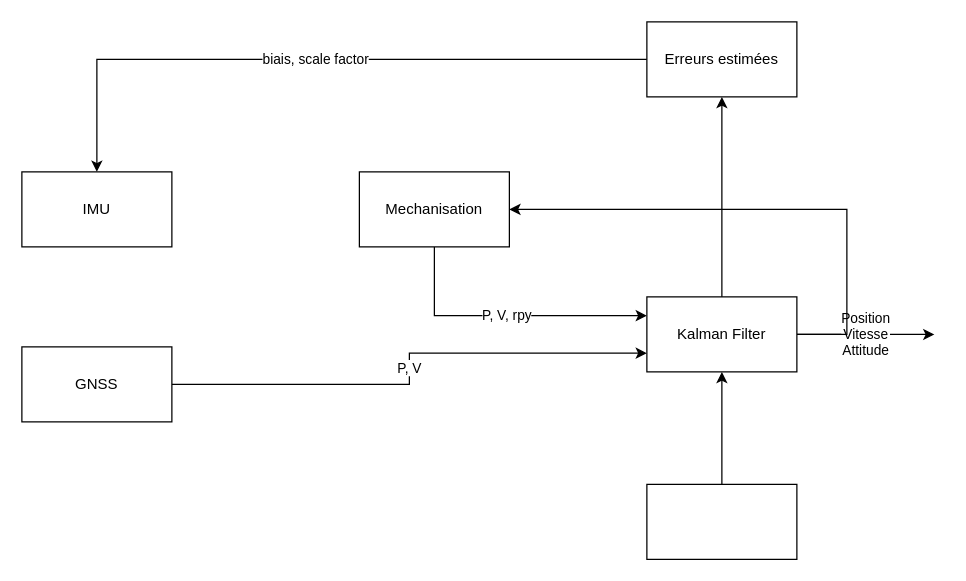
The draw.io diagram KFs_Geo.drawio in Kaloum2/KFs, before the edit. Source tidied: cells renumbered, new cells numbered last; positions are measured from the earlier drawing's top-left corner, leaving out a move shared by most shapes. Both pictures are drawn from the tidied source at 125%, with x=0, y=0 at pixel (21, 21).
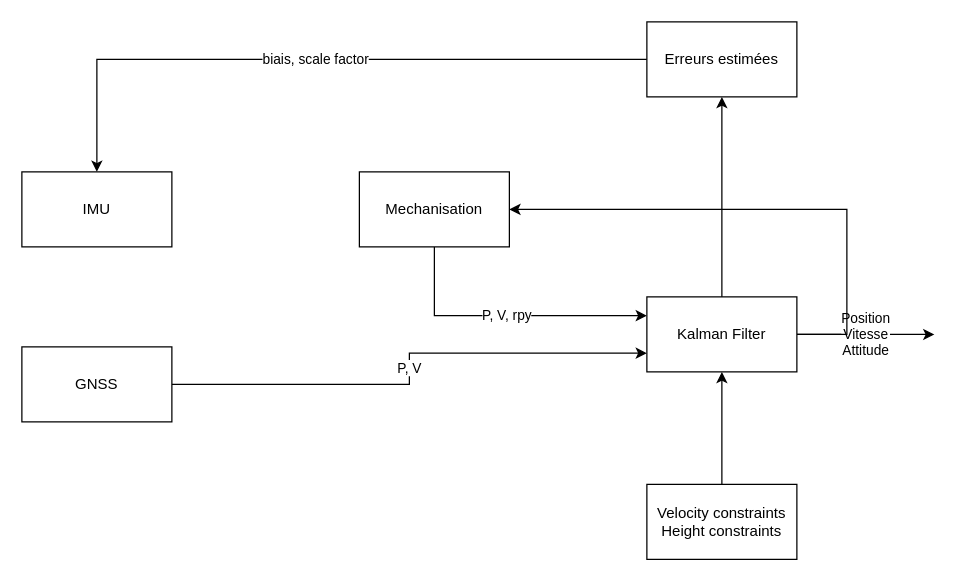
The same page after the edit.

Commit message (it also covers changes not shown here):
Mettre à jour KFs_Geo.drawio

What changed in the source:
```diff
@@
 <mxGraphModel>
   <root>
     <mxCell id="0" />
     <mxCell id="1" parent="0" />
     <mxCell id="2" value="IMU" style="rounded=0;whiteSpace=wrap;html=1;" parent="1" vertex="1">
       <mxGeometry y="120" width="120" height="60" as="geometry" />
     </mxCell>
     <mxCell id="3" value="P, V" style="edgeStyle=orthogonalEdgeStyle;rounded=0;jettySize=auto;html=1;exitX=1;exitY=0.5;exitDx=0;exitDy=0;entryX=0;entryY=0.75;entryDx=0;entryDy=0;" parent="1" edge="1" source="4" target="12">
       <mxGeometry relative="1" as="geometry" />
     </mxCell>
     <mxCell id="4" value="GNSS" style="rounded=0;whiteSpace=wrap;html=1;" parent="1" vertex="1">
       <mxGeometry y="260" width="120" height="60" as="geometry" />
     </mxCell>
     <mxCell id="5" value="biais, scale factor" style="edgeStyle=orthogonalEdgeStyle;rounded=0;jettySize=auto;html=1;exitX=0;exitY=0.5;exitDx=0;exitDy=0;entryX=0.5;entryY=0;entryDx=0;entryDy=0;" parent="1" edge="1" source="6" target="2">
       <mxGeometry relative="1" as="geometry" />
     </mxCell>
     <mxCell id="6" value="Erreurs estimées" style="rounded=0;whiteSpace=wrap;html=1;" parent="1" vertex="1">
       <mxGeometry x="500" width="120" height="60" as="geometry" />
     </mxCell>
     <mxCell id="7" value="P, V, rpy" style="edgeStyle=orthogonalEdgeStyle;rounded=0;jettySize=auto;html=1;exitX=0.5;exitY=1;exitDx=0;exitDy=0;entryX=0;entryY=0.25;entryDx=0;entryDy=0;" parent="1" edge="1" source="8" target="12">
       <mxGeometry relative="1" as="geometry" />
     </mxCell>
     <mxCell id="8" value="Mechanisation" style="rounded=0;whiteSpace=wrap;html=1;" parent="1" vertex="1">
       <mxGeometry x="270" y="120" width="120" height="60" as="geometry" />
     </mxCell>
     <mxCell id="9" style="edgeStyle=orthogonalEdgeStyle;rounded=0;jettySize=auto;html=1;exitX=0.5;exitY=0;exitDx=0;exitDy=0;entryX=0.5;entryY=1;entryDx=0;entryDy=0;" parent="1" edge="1" source="12" target="6">
       <mxGeometry relative="1" as="geometry" />
     </mxCell>
     <mxCell id="10" value="Position&lt;br&gt;Vitesse&lt;br&gt;Attitude" style="edgeStyle=orthogonalEdgeStyle;rounded=0;jettySize=auto;html=1;exitX=1;exitY=0.5;exitDx=0;exitDy=0;" parent="1" edge="1" source="12">
       <mxGeometry relative="1" as="geometry">
         <mxPoint x="730" y="250.1" as="targetPoint" />
       </mxGeometry>
     </mxCell>
     <mxCell id="11" style="edgeStyle=orthogonalEdgeStyle;rounded=0;jettySize=auto;html=1;exitX=1;exitY=0.5;exitDx=0;exitDy=0;entryX=1;entryY=0.5;entryDx=0;entryDy=0;" parent="1" edge="1" source="12" target="8">
       <mxGeometry relative="1" as="geometry">
         <Array as="points">
           <mxPoint x="660" y="250" />
           <mxPoint x="660" y="150" />
         </Array>
       </mxGeometry>
     </mxCell>
     <mxCell id="12" value="Kalman Filter" style="rounded=0;whiteSpace=wrap;html=1;" parent="1" vertex="1">
       <mxGeometry x="500" y="220" width="120" height="60" as="geometry" />
     </mxCell>
     <mxCell id="13" style="edgeStyle=orthogonalEdgeStyle;rounded=0;jettySize=auto;html=1;exitX=0.5;exitY=0;exitDx=0;exitDy=0;entryX=0.5;entryY=1;entryDx=0;entryDy=0;" parent="1" edge="1" source="14" target="12">
       <mxGeometry relative="1" as="geometry" />
     </mxCell>
-    <mxCell id="14" style="rounded=0;whiteSpace=wrap;html=1;" parent="1" vertex="1">
+    <mxCell id="14" value="Velocity constraints&lt;br&gt;Height constraints" style="rounded=0;whiteSpace=wrap;html=1;" parent="1" vertex="1">
       <mxGeometry x="500" y="370" width="120" height="60" as="geometry" />
     </mxCell>
   </root>
 </mxGraphModel>
```
